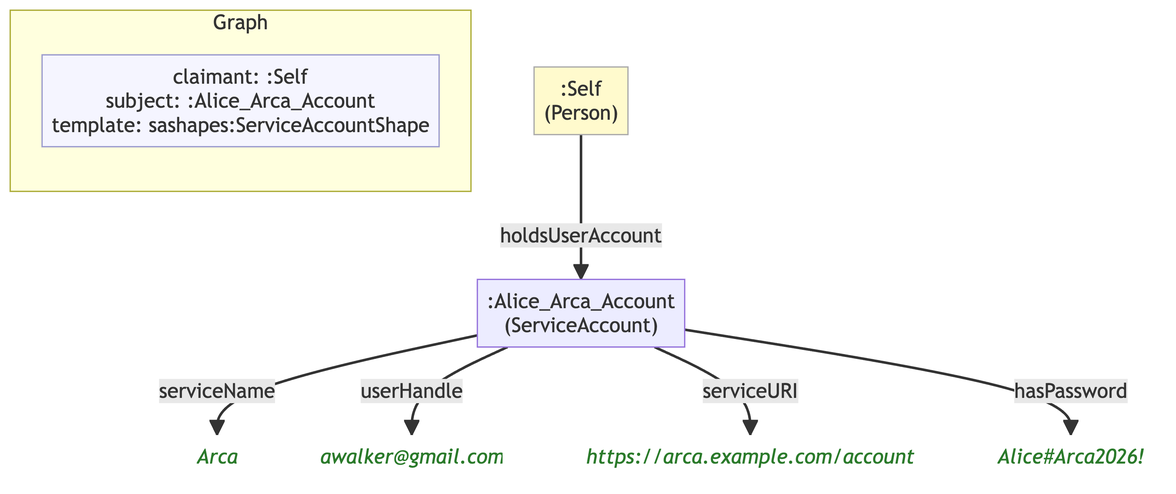
Earlier version of the Mermaid export example/graphs/images/graph-97.png (MeeFoundation/mia-ontologies). Its source is kept beside it as example/graphs/images/graph-97.mmd.
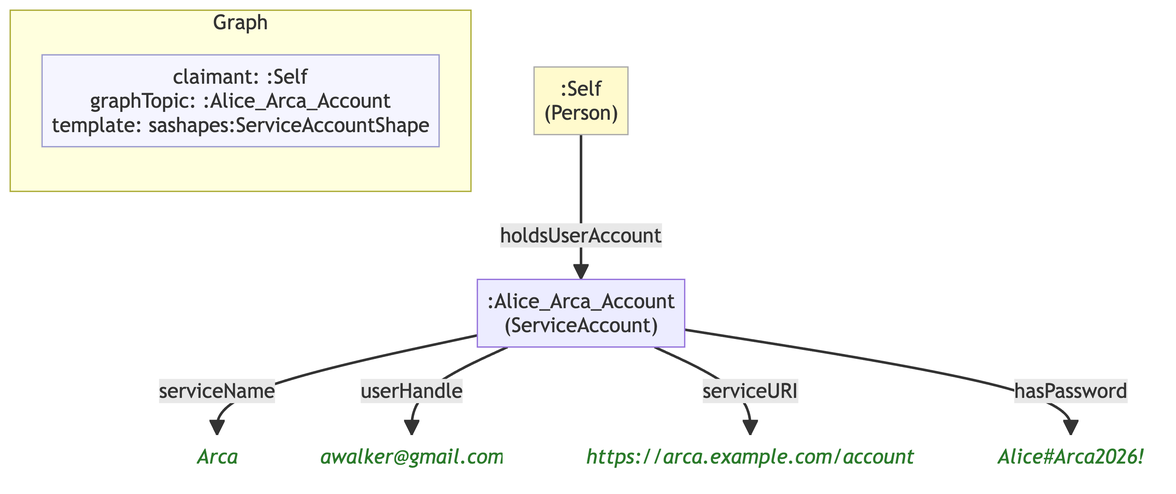
Later version of the same file.

Diff of the diagram source:
```diff
@@ -7,7 +7,7 @@
 
     subgraph ctx["Graph"]
         direction LR
-        ctx_meta["claimant: :Self\nsubject: :Alice_Arca_Account\ntemplate: sashapes:ServiceAccountShape"]:::meta
+        ctx_meta["claimant: :Self\ngraphTopic: :Alice_Arca_Account\ntemplate: sashapes:ServiceAccountShape"]:::meta
     end
 
     n7a1e356de3c9[":Alice_Arca_Account\n(ServiceAccount)"]
```
